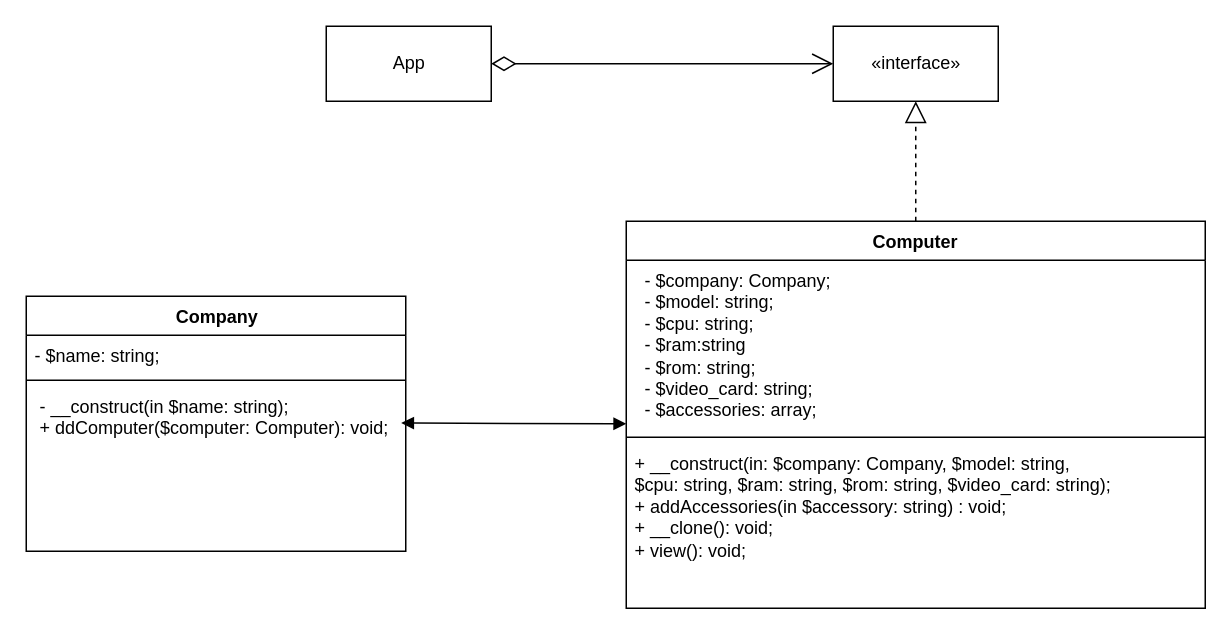
This is Prototype.drawio from artemmm312/Generative-patterns, a draw.io file, before an edit. Source tidied: cells renumbered, new cells numbered last; positions are measured from the earlier drawing's top-left corner, leaving out a move shared by most shapes. Both pictures are drawn from the tidied source at 150%, with x=0, y=0 at pixel (26, 26).
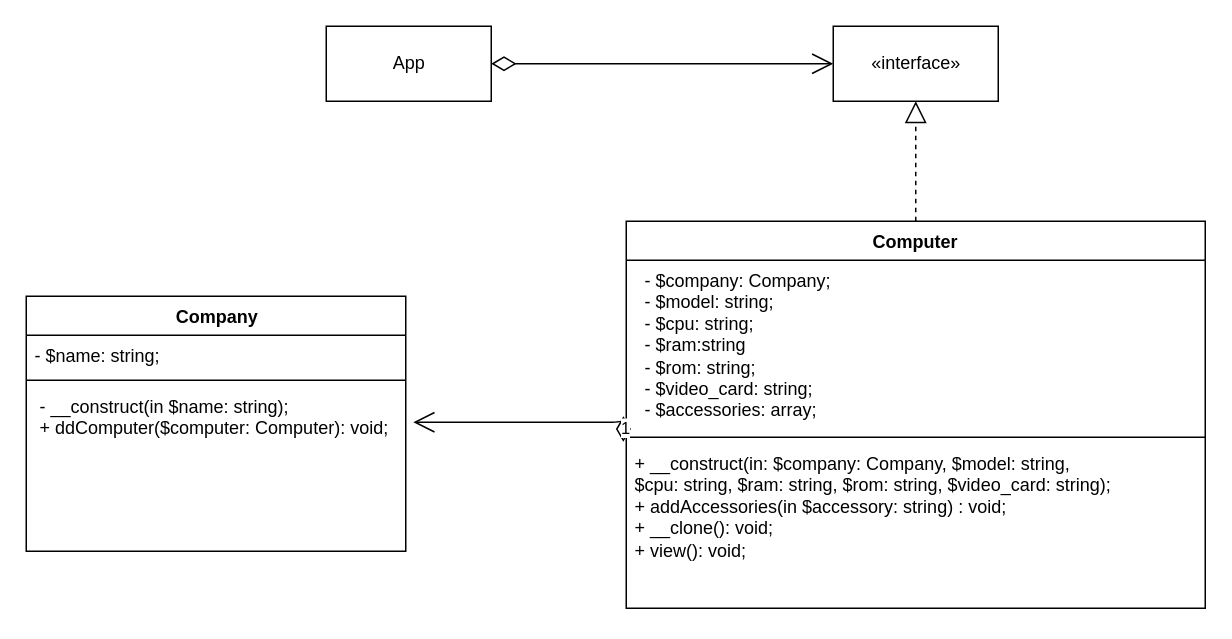
The same page after the edit.

Diff of the diagram source:
```diff
@@
 <mxGraphModel>
   <root>
     <mxCell id="0" />
     <mxCell id="1" parent="0" />
     <mxCell id="2" value="«interface»&lt;br&gt;" style="html=1;" parent="1" vertex="1">
       <mxGeometry x="538" width="110" height="50" as="geometry" />
     </mxCell>
     <mxCell id="3" value="Computer" style="swimlane;fontStyle=1;align=center;verticalAlign=top;horizontal=1;startSize=26;" parent="1" vertex="1">
       <mxGeometry x="400" y="130" width="386" height="258" as="geometry" />
     </mxCell>
     <mxCell id="4" value="&amp;nbsp; - $company: Company;&lt;br&gt;&amp;nbsp; - $model: string;&lt;br&gt;&amp;nbsp; - $cpu: string;&lt;br&gt;&amp;nbsp; - $ram:string&lt;br&gt;&amp;nbsp; - $rom: string;&lt;br&gt;&amp;nbsp; - $video_card: string;&lt;br&gt;&amp;nbsp; - $accessories: array;" style="text;strokeColor=none;fillColor=none;align=left;verticalAlign=top;spacingLeft=4;spacingRight=4;overflow=hidden;html=1;" parent="3" vertex="1">
       <mxGeometry y="26" width="386" height="114" as="geometry" />
     </mxCell>
     <mxCell id="5" style="line;strokeWidth=1;fillColor=none;align=left;verticalAlign=middle;spacingTop=-1;spacingLeft=3;spacingRight=3;labelPosition=right;" parent="3" vertex="1">
       <mxGeometry y="140" width="386" height="8" as="geometry" />
     </mxCell>
     <mxCell id="6" value="+ __construct(in: $company: Company, $model: string,&amp;nbsp; &lt;br&gt;$cpu: string, $ram: string, $rom: string, $video_card: string);&lt;br&gt;+&amp;nbsp;addAccessories(in $accessory: string) : void;&lt;br&gt;+ __clone(): void;&lt;br&gt;+ view(): void;&lt;br&gt;&lt;br&gt;" style="text;strokeColor=none;fillColor=none;align=left;verticalAlign=top;spacingLeft=4;spacingRight=4;overflow=hidden;points=[[0,0.5],[1,0.5]];portConstraint=eastwest;html=1;" parent="3" vertex="1">
       <mxGeometry y="148" width="386" height="110" as="geometry" />
     </mxCell>
     <mxCell id="7" value="Company" style="swimlane;fontStyle=1;align=center;verticalAlign=top;horizontal=1;startSize=26;html=1;" parent="1" vertex="1">
       <mxGeometry y="180" width="253" height="170" as="geometry" />
     </mxCell>
     <mxCell id="8" value="- $name: string;" style="text;strokeColor=none;fillColor=none;align=left;verticalAlign=top;spacingLeft=4;spacingRight=4;overflow=hidden;" parent="7" vertex="1">
       <mxGeometry y="26" width="253" height="26" as="geometry" />
     </mxCell>
     <mxCell id="9" style="line;strokeWidth=1;fillColor=none;align=left;verticalAlign=middle;spacingTop=-1;spacingLeft=3;spacingRight=3;labelPosition=right;" parent="7" vertex="1">
       <mxGeometry y="52" width="253" height="8" as="geometry" />
     </mxCell>
     <mxCell id="10" value="&amp;nbsp;- __construct(in $name: string);&lt;br&gt;&amp;nbsp;+ ddComputer($computer: Computer): void;" style="text;strokeColor=none;fillColor=none;align=left;verticalAlign=top;spacingLeft=4;spacingRight=4;overflow=hidden;points=[[0,0.5],[1,0.5]];portConstraint=eastwest;html=1;" parent="7" vertex="1">
       <mxGeometry y="60" width="253" height="110" as="geometry" />
     </mxCell>
-    <mxCell id="11" style="endArrow=block;startArrow=block;endFill=1;startFill=1;html=1;exitX=0.988;exitY=0.223;exitDx=0;exitDy=0;exitPerimeter=0;" parent="1" edge="1" source="10">
-      <mxGeometry relative="1" as="geometry">
-        <mxPoint x="400" y="265" as="targetPoint" />
-      </mxGeometry>
-    </mxCell>
     <mxCell id="12" value="App&lt;br&gt;" style="html=1;" parent="1" vertex="1">
       <mxGeometry x="200" width="110" height="50" as="geometry" />
     </mxCell>
     <mxCell id="13" style="endArrow=block;dashed=1;endFill=0;endSize=12;html=1;entryX=0.5;entryY=1;entryDx=0;entryDy=0;exitX=0.5;exitY=0;exitDx=0;exitDy=0;" parent="1" edge="1" source="3" target="2">
       <mxGeometry relative="1" as="geometry" />
     </mxCell>
     <mxCell id="14" style="endArrow=open;html=1;endSize=12;startArrow=diamondThin;startSize=14;startFill=0;edgeStyle=orthogonalEdgeStyle;align=left;verticalAlign=bottom;exitX=1;exitY=0.5;exitDx=0;exitDy=0;entryX=0;entryY=0.5;entryDx=0;entryDy=0;" parent="1" edge="1" source="12" target="2">
       <mxGeometry x="-0.91" y="15" relative="1" as="geometry" />
     </mxCell>
+    <mxCell id="15" value="1" style="endArrow=open;html=1;endSize=12;startArrow=diamondThin;startSize=14;startFill=0;edgeStyle=orthogonalEdgeStyle;align=left;verticalAlign=bottom;exitX=-0.005;exitY=-0.009;exitDx=0;exitDy=0;exitPerimeter=0;entryX=1.02;entryY=0.218;entryDx=0;entryDy=0;entryPerimeter=0;" parent="1" edge="1" source="6" target="10">
+      <mxGeometry x="-1" y="3" relative="1" as="geometry" />
+    </mxCell>
   </root>
 </mxGraphModel>
```
